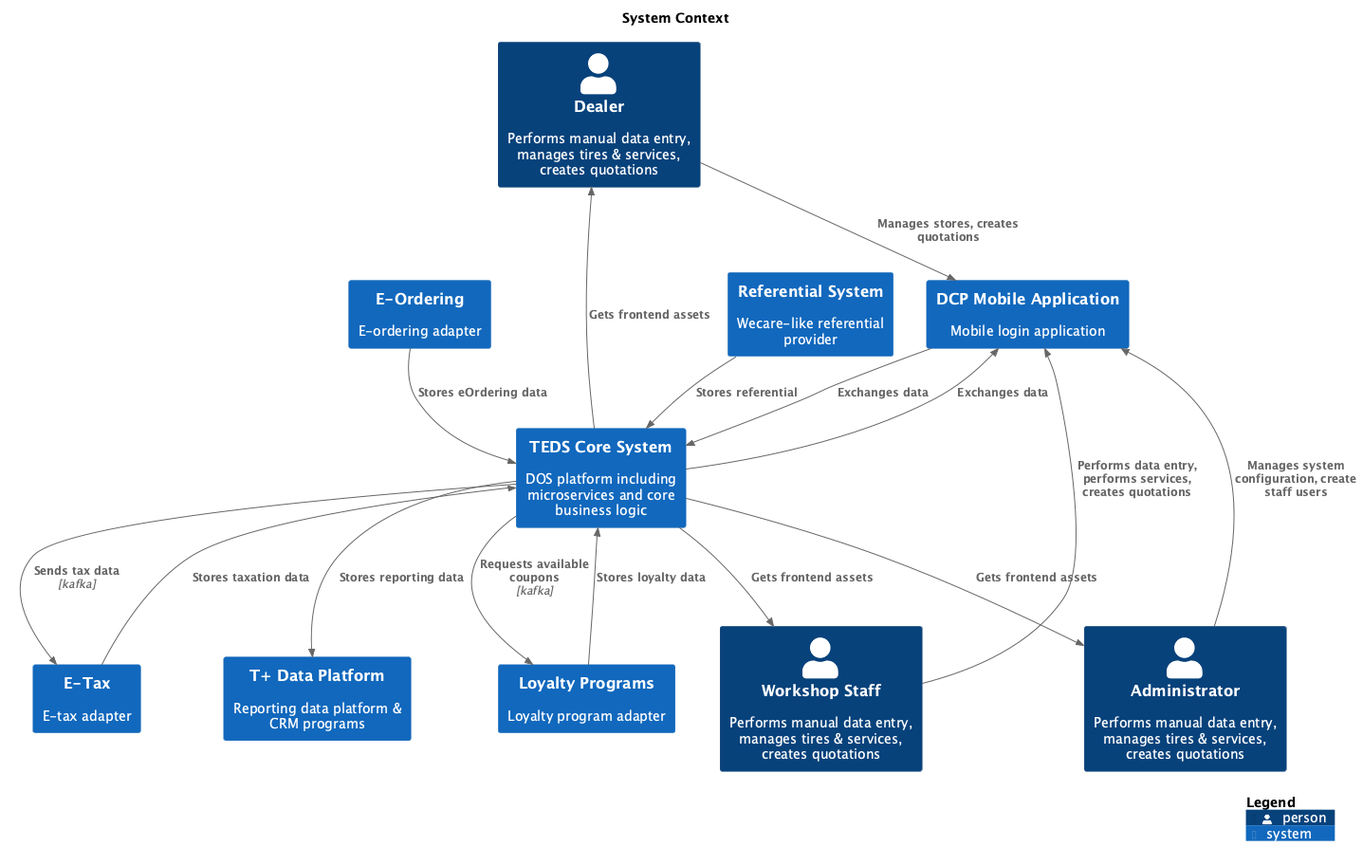
Before: main/png/Level1_SystemContext.png, a diagram exported from PlantUML (kzsahay/teds).
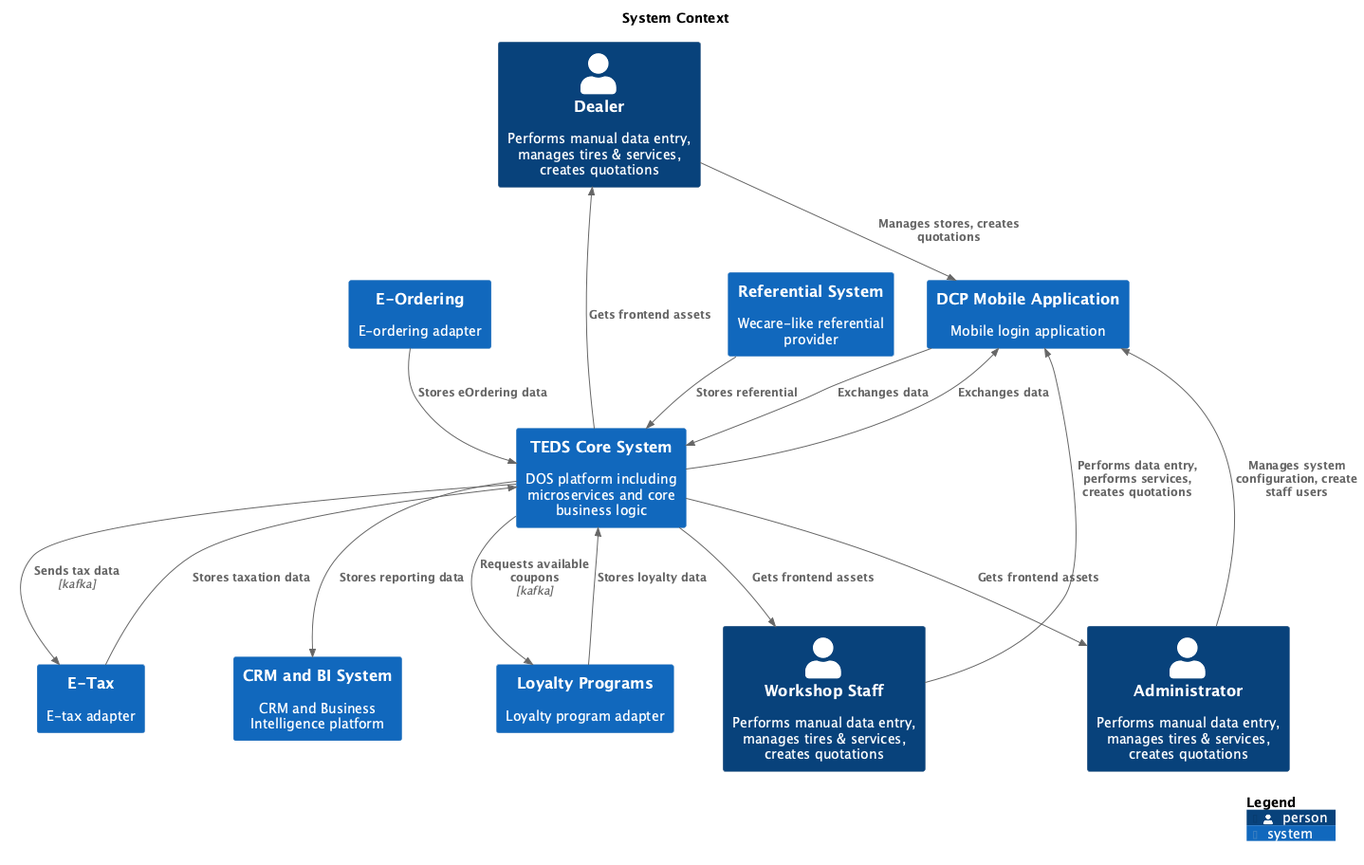
Later version of the same file.

What changed in the source:
```diff
@@ -16,7 +16,7 @@
 System(ETax, "E-Tax", $descr="E-tax adapter", $tags="", $link="")
 System(TEDSCoreSystem, "TEDS Core System", $descr="DOS platform including microservices and core business logic", $tags="", $link="")
 System(DCPMobileApplication, "DCP Mobile Application", $descr="Mobile login application", $tags="", $link="")
-System(TDataPlatform, "T+ Data Platform", $descr="Reporting data platform & CRM programs", $tags="", $link="")
+System(CRMandBISystem, "CRM and BI System", $descr="CRM and Business Intelligence platform", $tags="", $link="")
 
 Rel(ReferentialSystem, TEDSCoreSystem, "Stores referential", $techn="", $tags="", $link="")
 Rel(TEDSCoreSystem, LoyaltyPrograms, "Requests available coupons", $techn="kafka", $tags="", $link="")
@@ -26,7 +26,7 @@
 Rel(ETax, TEDSCoreSystem, "Stores taxation data", $techn="", $tags="", $link="")
 Rel(DCPMobileApplication, TEDSCoreSystem, "Exchanges data", $techn="", $tags="", $link="")
 Rel(TEDSCoreSystem, DCPMobileApplication, "Exchanges data", $techn="", $tags="", $link="")
-Rel(TEDSCoreSystem, TDataPlatform, "Stores reporting data", $techn="", $tags="", $link="")
+Rel(TEDSCoreSystem, CRMandBISystem, "Stores reporting data", $techn="", $tags="", $link="")
 Rel(TEDSCoreSystem, Dealer, "Gets frontend assets", $techn="", $tags="", $link="")
 Rel(TEDSCoreSystem, WorkshopStaff, "Gets frontend assets", $techn="", $tags="", $link="")
 Rel(TEDSCoreSystem, Administrator, "Gets frontend assets", $techn="", $tags="", $link="")
```
